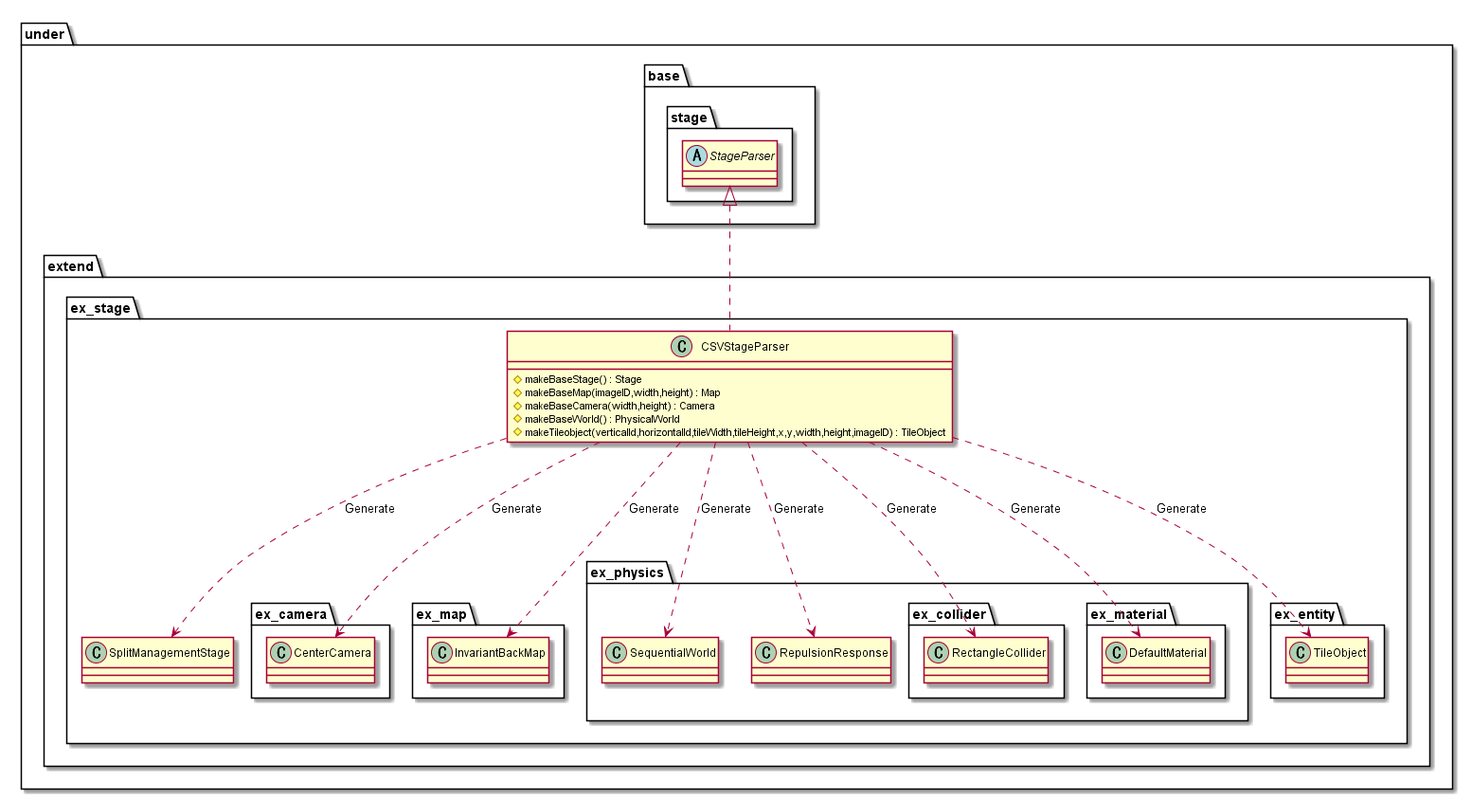
Above: out/uml/parser/CSV/ParserCSV.png in Expine/Under (PlantUML), before the change.
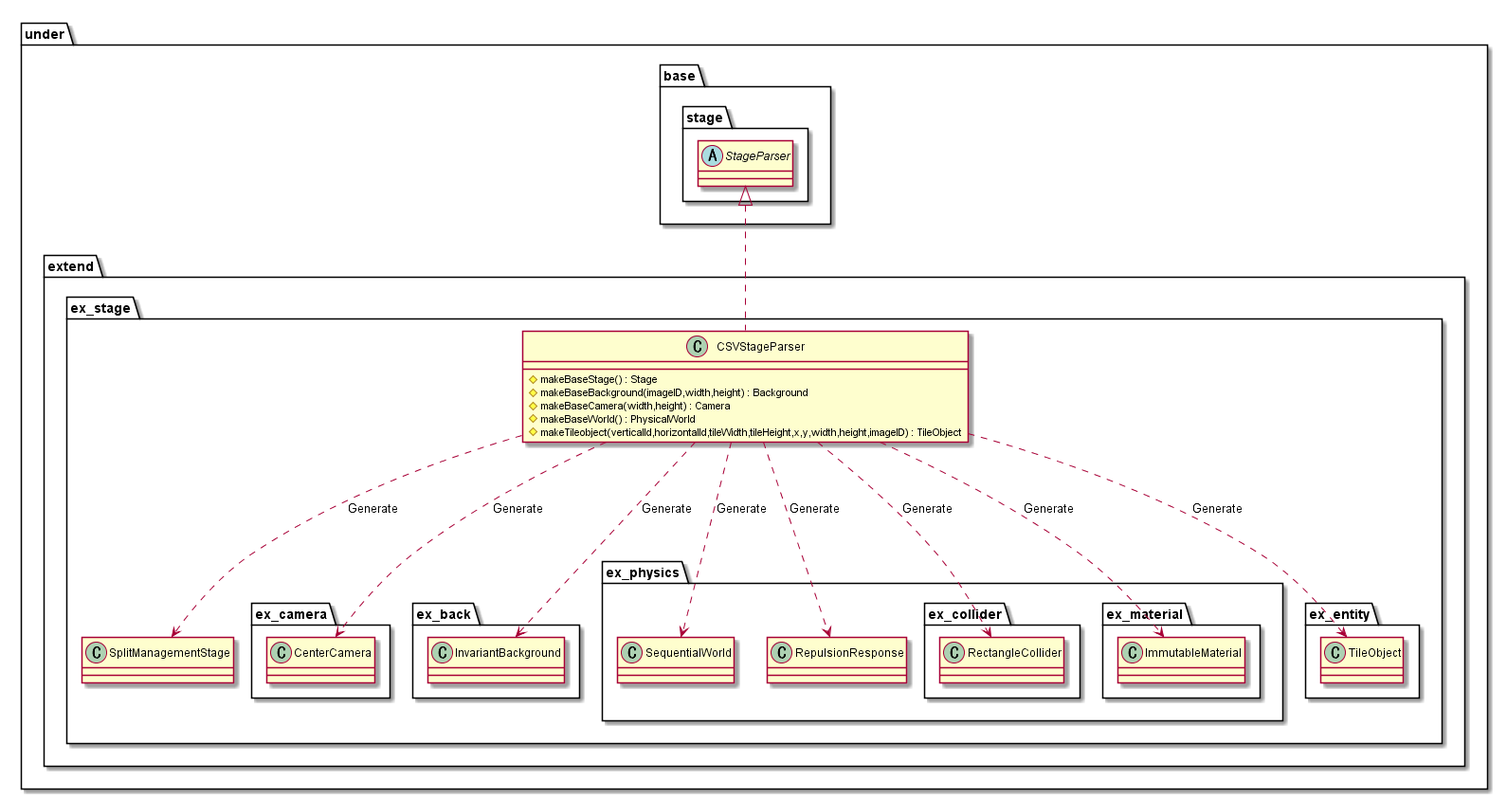
After the change.

The edit, as a diff of the source:
```diff
@@ -5,7 +5,7 @@
         package ex_stage {
             class CSVStageParser {
                 #makeBaseStage() : Stage
-                #makeBaseMap(imageID,width,height) : Map
+                #makeBaseBackground(imageID,width,height) : Background
                 #makeBaseCamera(width,height) : Camera
                 #makeBaseWorld() : PhysicalWorld
                 #makeTileobject(verticalId,horizontalId,tileWidth,tileHeight,x,y,width,height,imageID) : TileObject
@@ -26,8 +26,8 @@
             package ex_camera {
                 class CenterCamera
             }
-            package ex_map {
-                class InvariantBackMap
+            package ex_back {
+                class InvariantBackground
             }
             package ex_physics {
                 class SequentialWorld
@@ -36,7 +36,7 @@
                     class RectangleCollider
                 }
                 package ex_material {
-                    class DefaultMaterial
+                    class ImmutableMaterial
                 }
             }
             package ex_entity {
@@ -48,12 +48,12 @@
 
 CSVStageParser ...> SplitManagementStage : Generate
 CSVStageParser ...> CenterCamera : Generate
-CSVStageParser ...> InvariantBackMap : Generate
+CSVStageParser ...> InvariantBackground : Generate
 CSVStageParser ...> SequentialWorld : Generate
 CSVStageParser ...> RepulsionResponse : Generate
 CSVStageParser ...> TileObject : Generate
 CSVStageParser ...> RectangleCollider : Generate
-CSVStageParser ...> DefaultMaterial : Generate
+CSVStageParser ...> ImmutableMaterial : Generate
 
 StageParser <|.. CSVStageParser
 
```
